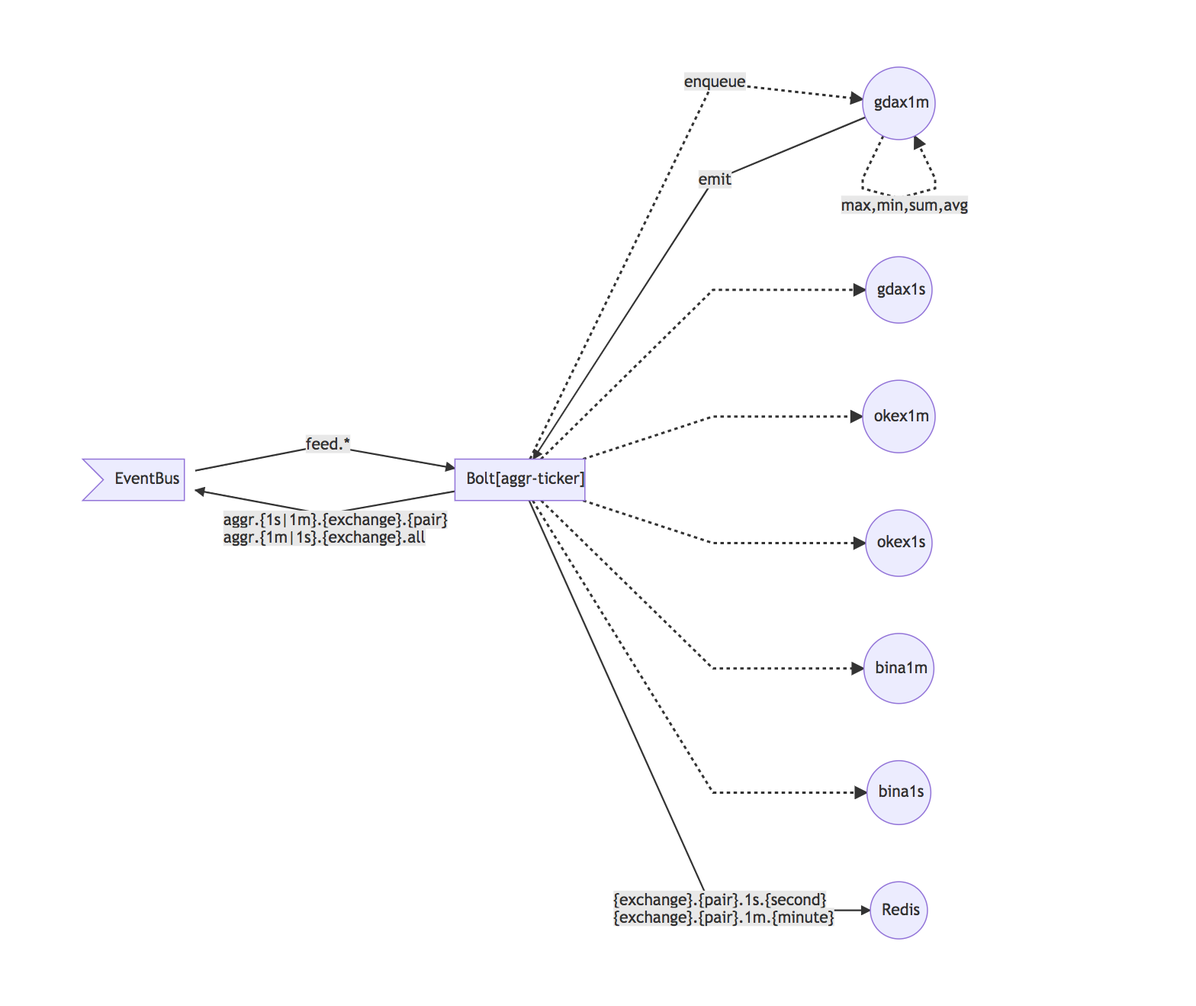
Above: doc/aggr-ticker-bolt.png in luisfarzati/crypto-pipeline (Mermaid), before the change. Its source is kept beside it as doc/aggr-ticker-bolt.mmd.
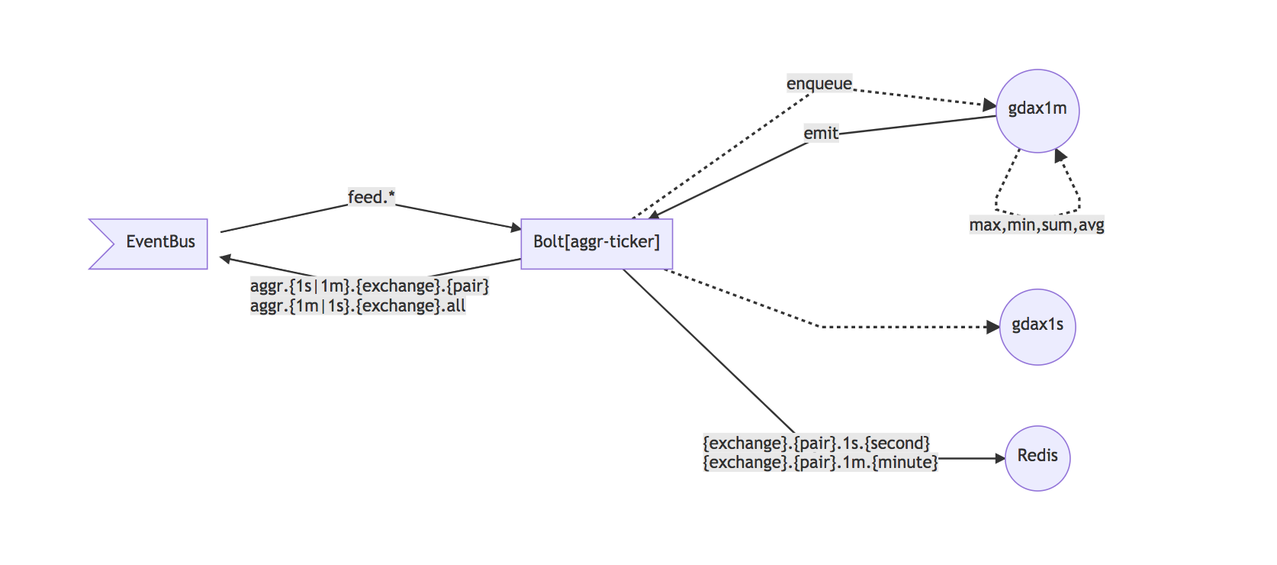
The same file after the commit.

Change to the diagram source:
```diff
@@ -5,10 +5,6 @@
 Bolt-.->|enqueue|g1m((gdax1m))
 Bolt-.->g1s((gdax1s))
 g1m-.->|"<br>max,min,sum,avg"|g1m
-Bolt-.->o1m((okex1m))
-Bolt-.->o1s((okex1s))
-Bolt-.->b1m((bina1m))
-Bolt-.->b1s((bina1s))
 g1m-->|emit|Bolt
 Bolt-->|"<br><br>aggr.{1s|1m}.{exchange}.{pair}<br>aggr.{1m|1s}.{exchange}.all"|EventBus
 Bolt-->|"{exchange}.{pair}.1s.{second}<br>{exchange}.{pair}.1m.{minute}"|Redis((Redis))
```
